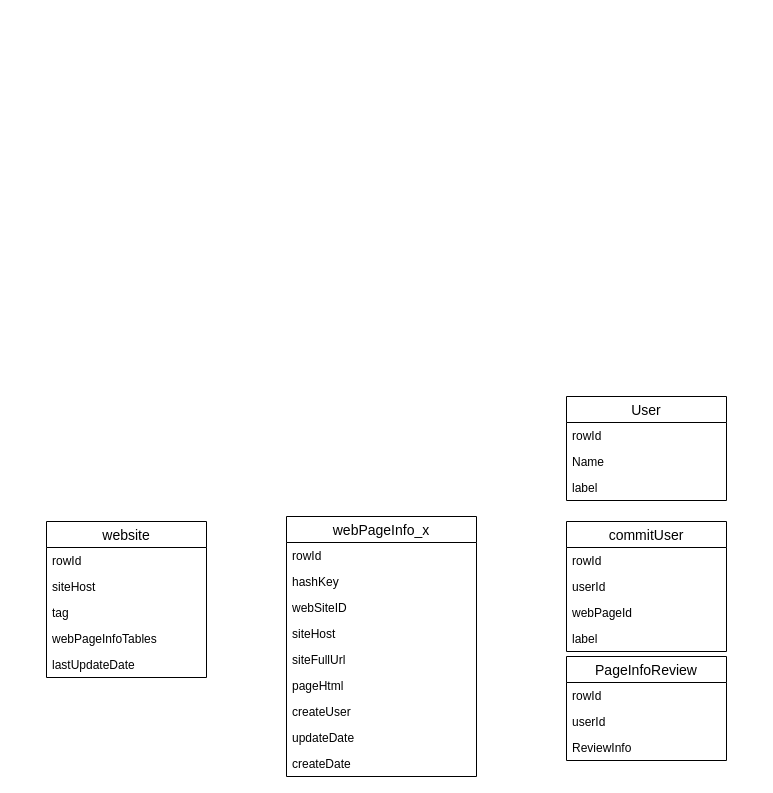
Earlier version of the draw.io diagram 未命名绘图.drawio (luobintianya/atracker). Source tidied: cells renumbered, new cells numbered last; positions are measured from the earlier drawing's top-left corner, leaving out a move shared by most shapes. Both pictures are drawn from the tidied source at 100%, with x=0, y=0 at pixel (46, 396).
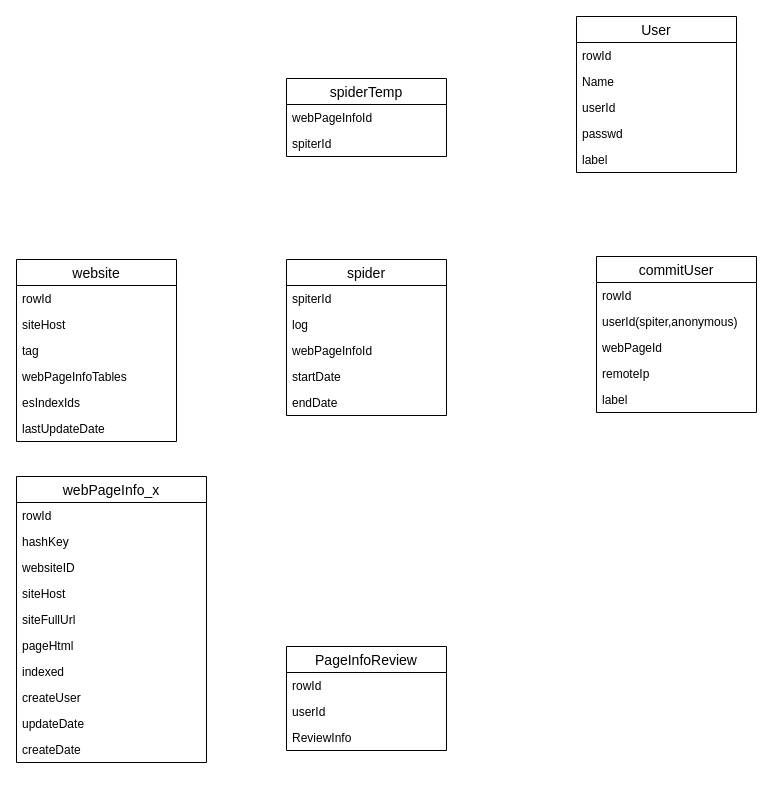
The same page after the edit.

What changed in the source:
```diff
@@
+    <mxCell id="12" value="website" style="swimlane;fontStyle=0;horizontal=1;startSize=26;align=center;fontSize=14;" parent="1" vertex="1">
+      <mxGeometry x="-30" y="-137" width="160" height="182" as="geometry" />
+    </mxCell>
+    <mxCell id="13" value="rowId" style="text;strokeColor=none;fillColor=none;spacingLeft=4;spacingRight=4;overflow=hidden;fontSize=12;" parent="12" vertex="1">
+      <mxGeometry y="26" width="160" height="26" as="geometry" />
+    </mxCell>
+    <mxCell id="14" value="siteHost" style="text;strokeColor=none;fillColor=none;spacingLeft=4;spacingRight=4;overflow=hidden;fontSize=12;" parent="12" vertex="1">
+      <mxGeometry y="52" width="160" height="26" as="geometry" />
+    </mxCell>
+    <mxCell id="15" value="tag" style="text;strokeColor=none;fillColor=none;spacingLeft=4;spacingRight=4;overflow=hidden;fontSize=12;" parent="12" vertex="1">
+      <mxGeometry y="78" width="160" height="26" as="geometry" />
+    </mxCell>
+    <mxCell id="16" value="webPageInfoTables" style="text;strokeColor=none;fillColor=none;spacingLeft=4;spacingRight=4;overflow=hidden;fontSize=12;" parent="12" vertex="1">
+      <mxGeometry y="104" width="160" height="26" as="geometry" />
+    </mxCell>
+    <mxCell id="31" value="esIndexIds" style="text;strokeColor=none;fillColor=none;spacingLeft=4;spacingRight=4;overflow=hidden;fontSize=12;" parent="12" vertex="1">
+      <mxGeometry y="130" width="160" height="26" as="geometry" />
+    </mxCell>
+    <mxCell id="17" value="lastUpdateDate" style="text;strokeColor=none;fillColor=none;spacingLeft=4;spacingRight=4;overflow=hidden;fontSize=12;" parent="12" vertex="1">
+      <mxGeometry y="156" width="160" height="26" as="geometry" />
+    </mxCell>
     <mxCell id="2" value="webPageInfo_x" style="swimlane;fontStyle=0;horizontal=1;startSize=26;align=center;fontSize=14;" parent="1" vertex="1">
-      <mxGeometry x="240" y="120" width="190" height="260" as="geometry" />
+      <mxGeometry x="-30" y="80" width="190" height="286" as="geometry" />
     </mxCell>
@@
-    <mxCell id="5" value="webSiteID" style="text;strokeColor=none;fillColor=none;spacingLeft=4;spacingRight=4;overflow=hidden;fontSize=12;" parent="2" vertex="1">
+    <mxCell id="5" value="websiteID" style="text;strokeColor=none;fillColor=none;spacingLeft=4;spacingRight=4;overflow=hidden;fontSize=12;" parent="2" vertex="1">
       <mxGeometry y="78" width="190" height="26" as="geometry" />
     </mxCell>
@@
+    <mxCell id="32" value="indexed" style="text;strokeColor=none;fillColor=none;spacingLeft=4;spacingRight=4;overflow=hidden;fontSize=12;" parent="2" vertex="1">
+      <mxGeometry y="182" width="190" height="26" as="geometry" />
+    </mxCell>
     <mxCell id="9" value="createUser" style="text;strokeColor=none;fillColor=none;spacingLeft=4;spacingRight=4;overflow=hidden;fontSize=12;" parent="2" vertex="1">
-      <mxGeometry y="182" width="190" height="26" as="geometry" />
+      <mxGeometry y="208" width="190" height="26" as="geometry" />
     </mxCell>
     <mxCell id="10" value="updateDate" style="text;strokeColor=none;fillColor=none;spacingLeft=4;spacingRight=4;overflow=hidden;fontSize=12;" parent="2" vertex="1">
-      <mxGeometry y="208" width="190" height="26" as="geometry" />
+      <mxGeometry y="234" width="190" height="26" as="geometry" />
     </mxCell>
     <mxCell id="11" value="createDate&#10;" style="text;strokeColor=none;fillColor=none;spacingLeft=4;spacingRight=4;overflow=hidden;fontSize=12;" parent="2" vertex="1">
-      <mxGeometry y="234" width="190" height="26" as="geometry" />
+      <mxGeometry y="260" width="190" height="26" as="geometry" />
     </mxCell>
-    <mxCell id="12" value="website" style="swimlane;fontStyle=0;horizontal=1;startSize=26;align=center;fontSize=14;" parent="1" vertex="1">
-      <mxGeometry y="125" width="160" height="156" as="geometry" />
-    </mxCell>
-    <mxCell id="13" value="rowId" style="text;strokeColor=none;fillColor=none;spacingLeft=4;spacingRight=4;overflow=hidden;fontSize=12;" parent="12" vertex="1">
-      <mxGeometry y="26" width="160" height="26" as="geometry" />
-    </mxCell>
-    <mxCell id="14" value="siteHost" style="text;strokeColor=none;fillColor=none;spacingLeft=4;spacingRight=4;overflow=hidden;fontSize=12;" parent="12" vertex="1">
-      <mxGeometry y="52" width="160" height="26" as="geometry" />
-    </mxCell>
-    <mxCell id="15" value="tag" style="text;strokeColor=none;fillColor=none;spacingLeft=4;spacingRight=4;overflow=hidden;fontSize=12;" parent="12" vertex="1">
-      <mxGeometry y="78" width="160" height="26" as="geometry" />
-    </mxCell>
-    <mxCell id="16" value="webPageInfoTables" style="text;strokeColor=none;fillColor=none;spacingLeft=4;spacingRight=4;overflow=hidden;fontSize=12;" parent="12" vertex="1">
-      <mxGeometry y="104" width="160" height="26" as="geometry" />
-    </mxCell>
-    <mxCell id="17" value="lastUpdateDate" style="text;strokeColor=none;fillColor=none;spacingLeft=4;spacingRight=4;overflow=hidden;fontSize=12;" parent="12" vertex="1">
-      <mxGeometry y="130" width="160" height="26" as="geometry" />
-    </mxCell>
+    <mxCell id="27" value="PageInfoReview" style="swimlane;fontStyle=0;horizontal=1;startSize=26;align=center;fontSize=14;" parent="1" vertex="1">
+      <mxGeometry x="240" y="250" width="160" height="104" as="geometry" />
+    </mxCell>
+    <mxCell id="28" value="rowId" style="text;strokeColor=none;fillColor=none;spacingLeft=4;spacingRight=4;overflow=hidden;fontSize=12;" parent="27" vertex="1">
+      <mxGeometry y="26" width="160" height="26" as="geometry" />
+    </mxCell>
+    <mxCell id="29" value="userId" style="text;strokeColor=none;fillColor=none;spacingLeft=4;spacingRight=4;overflow=hidden;fontSize=12;" parent="27" vertex="1">
+      <mxGeometry y="52" width="160" height="26" as="geometry" />
+    </mxCell>
+    <mxCell id="30" value="ReviewInfo" style="text;strokeColor=none;fillColor=none;spacingLeft=4;spacingRight=4;overflow=hidden;fontSize=12;" parent="27" vertex="1">
+      <mxGeometry y="78" width="160" height="26" as="geometry" />
+    </mxCell>
     <mxCell id="18" value="User" style="swimlane;fontStyle=0;horizontal=1;startSize=26;align=center;fontSize=14;" parent="1" vertex="1">
-      <mxGeometry x="520" width="160" height="104" as="geometry" />
+      <mxGeometry x="530" y="-380" width="160" height="156" as="geometry" />
     </mxCell>
@@
+    <mxCell id="33" value="userId" style="text;strokeColor=none;fillColor=none;spacingLeft=4;spacingRight=4;overflow=hidden;fontSize=12;" parent="18" vertex="1">
+      <mxGeometry y="78" width="160" height="26" as="geometry" />
+    </mxCell>
+    <mxCell id="34" value="passwd" style="text;strokeColor=none;fillColor=none;spacingLeft=4;spacingRight=4;overflow=hidden;fontSize=12;" parent="18" vertex="1">
+      <mxGeometry y="104" width="160" height="26" as="geometry" />
+    </mxCell>
     <mxCell id="21" value="label" style="text;strokeColor=none;fillColor=none;spacingLeft=4;spacingRight=4;overflow=hidden;fontSize=12;" parent="18" vertex="1">
-      <mxGeometry y="78" width="160" height="26" as="geometry" />
+      <mxGeometry y="130" width="160" height="26" as="geometry" />
     </mxCell>
     <mxCell id="22" value="commitUser" style="swimlane;fontStyle=0;horizontal=1;startSize=26;align=center;fontSize=14;" parent="1" vertex="1">
-      <mxGeometry x="520" y="125" width="160" height="130" as="geometry" />
+      <mxGeometry x="550" y="-140" width="160" height="156" as="geometry" />
     </mxCell>
@@
-    <mxCell id="24" value="userId" style="text;strokeColor=none;fillColor=none;spacingLeft=4;spacingRight=4;overflow=hidden;fontSize=12;" parent="22" vertex="1">
+    <mxCell id="24" value="userId(spiter,anonymous)" style="text;strokeColor=none;fillColor=none;spacingLeft=4;spacingRight=4;overflow=hidden;fontSize=12;" parent="22" vertex="1">
       <mxGeometry y="52" width="160" height="26" as="geometry" />
     </mxCell>
@@
+    <mxCell id="35" value="remoteIp" style="text;strokeColor=none;fillColor=none;spacingLeft=4;spacingRight=4;overflow=hidden;fontSize=12;" parent="22" vertex="1">
+      <mxGeometry y="104" width="160" height="26" as="geometry" />
+    </mxCell>
     <mxCell id="26" value="label" style="text;strokeColor=none;fillColor=none;spacingLeft=4;spacingRight=4;overflow=hidden;fontSize=12;" parent="22" vertex="1">
-      <mxGeometry y="104" width="160" height="26" as="geometry" />
+      <mxGeometry y="130" width="160" height="26" as="geometry" />
     </mxCell>
-    <mxCell id="27" value="PageInfoReview" style="swimlane;fontStyle=0;horizontal=1;startSize=26;align=center;fontSize=14;" parent="1" vertex="1">
-      <mxGeometry x="520" y="260" width="160" height="104" as="geometry" />
-    </mxCell>
-    <mxCell id="28" value="rowId" style="text;strokeColor=none;fillColor=none;spacingLeft=4;spacingRight=4;overflow=hidden;fontSize=12;" parent="27" vertex="1">
-      <mxGeometry y="26" width="160" height="26" as="geometry" />
-    </mxCell>
-    <mxCell id="29" value="userId" style="text;strokeColor=none;fillColor=none;spacingLeft=4;spacingRight=4;overflow=hidden;fontSize=12;" parent="27" vertex="1">
-      <mxGeometry y="52" width="160" height="26" as="geometry" />
-    </mxCell>
-    <mxCell id="30" value="ReviewInfo" style="text;strokeColor=none;fillColor=none;spacingLeft=4;spacingRight=4;overflow=hidden;fontSize=12;" parent="27" vertex="1">
-      <mxGeometry y="78" width="160" height="26" as="geometry" />
-    </mxCell>
+    <mxCell id="36" value="spider" style="swimlane;fontStyle=0;horizontal=1;startSize=26;align=center;fontSize=14;" parent="1" vertex="1">
+      <mxGeometry x="240" y="-137" width="160" height="156" as="geometry" />
+    </mxCell>
+    <mxCell id="37" value="spiterId" style="text;strokeColor=none;fillColor=none;spacingLeft=4;spacingRight=4;overflow=hidden;fontSize=12;" parent="36" vertex="1">
+      <mxGeometry y="26" width="160" height="26" as="geometry" />
+    </mxCell>
+    <mxCell id="38" value="log" style="text;strokeColor=none;fillColor=none;spacingLeft=4;spacingRight=4;overflow=hidden;fontSize=12;" parent="36" vertex="1">
+      <mxGeometry y="52" width="160" height="26" as="geometry" />
+    </mxCell>
+    <mxCell id="39" value="webPageInfoId" style="text;strokeColor=none;fillColor=none;spacingLeft=4;spacingRight=4;overflow=hidden;fontSize=12;" parent="36" vertex="1">
+      <mxGeometry y="78" width="160" height="26" as="geometry" />
+    </mxCell>
+    <mxCell id="40" value="startDate" style="text;strokeColor=none;fillColor=none;spacingLeft=4;spacingRight=4;overflow=hidden;fontSize=12;" parent="36" vertex="1">
+      <mxGeometry y="104" width="160" height="26" as="geometry" />
+    </mxCell>
+    <mxCell id="41" value="endDate" style="text;strokeColor=none;fillColor=none;spacingLeft=4;spacingRight=4;overflow=hidden;fontSize=12;" parent="36" vertex="1">
+      <mxGeometry y="130" width="160" height="26" as="geometry" />
+    </mxCell>
+    <mxCell id="42" value="spiderTemp" style="swimlane;fontStyle=0;horizontal=1;startSize=26;align=center;fontSize=14;" parent="1" vertex="1">
+      <mxGeometry x="240" y="-318" width="160" height="78" as="geometry" />
+    </mxCell>
+    <mxCell id="43" value="webPageInfoId" style="text;strokeColor=none;fillColor=none;spacingLeft=4;spacingRight=4;overflow=hidden;fontSize=12;" parent="42" vertex="1">
+      <mxGeometry y="26" width="160" height="26" as="geometry" />
+    </mxCell>
+    <mxCell id="44" value="spiterId" style="text;strokeColor=none;fillColor=none;spacingLeft=4;spacingRight=4;overflow=hidden;fontSize=12;" parent="42" vertex="1">
+      <mxGeometry y="52" width="160" height="26" as="geometry" />
+    </mxCell>
```
